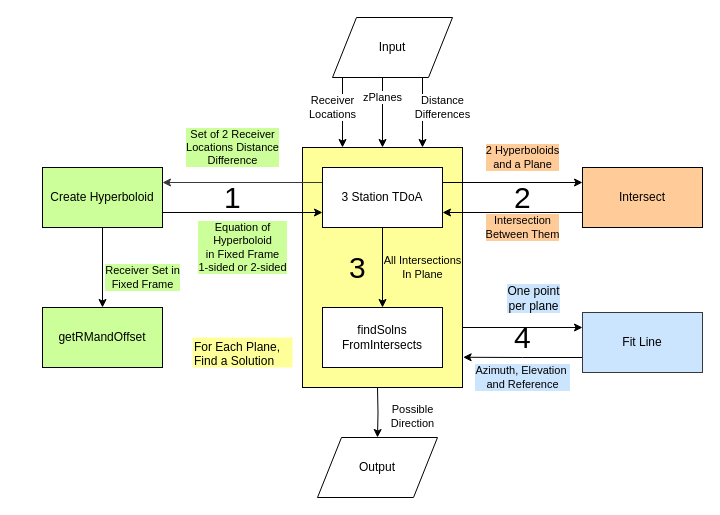
Before: page "TDoA Symbolic" (1 of 3) of TdoaSim/Presentation and Documentation/TDoA Diagram 3 Station.drawio in MSD-LASSO/FeasibilityStudies, a draw.io diagram. Source tidied: cells renumbered, new cells numbered last; positions are measured from the earlier drawing's top-left corner, leaving out a move shared by most shapes. Both pictures are drawn from the tidied source at 100%, with x=0, y=0 at pixel (42, 17).
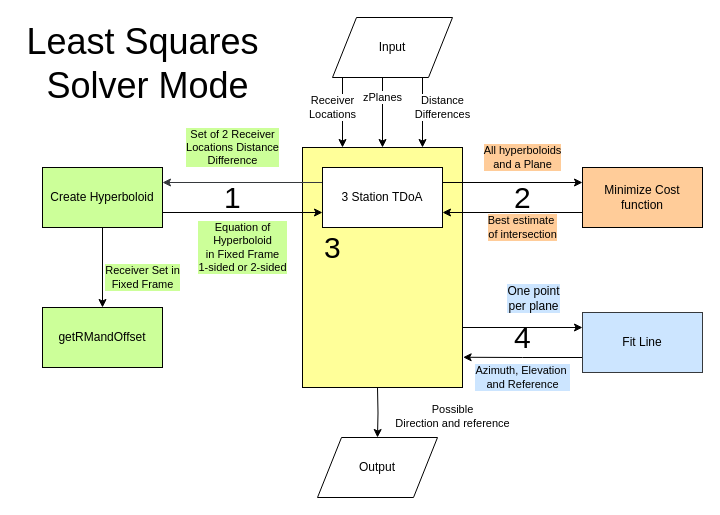
The same page after the edit.

The change refers to these unchanged cells:
```xml
<mxCell id="8" value="3 Station TDoA" style="rounded=0;whiteSpace=wrap;html=1;" parent="1" vertex="1">
  <mxGeometry x="280" y="150" width="120" height="60" as="geometry" />
</mxCell>
<mxCell id="19" value="Output" style="shape=parallelogram;perimeter=parallelogramPerimeter;whiteSpace=wrap;html=1;" parent="1" vertex="1">
  <mxGeometry x="275" y="420" width="120" height="60" as="geometry" />
</mxCell>
```

Diff of the diagram source:
```diff
@@
-    <mxCell id="6" value="2 Hyperboloids &lt;br&gt;and a Plane" style="edgeStyle=orthogonalEdgeStyle;rounded=0;jettySize=auto;html=1;exitX=1;exitY=0.25;exitDx=0;exitDy=0;entryX=0;entryY=0.25;entryDx=0;entryDy=0;labelBackgroundColor=#FFCC99;" parent="1" edge="1" source="8" target="10">
+    <mxCell id="6" value="All hyperboloids&lt;br&gt;and a Plane" style="edgeStyle=orthogonalEdgeStyle;rounded=0;jettySize=auto;html=1;exitX=1;exitY=0.25;exitDx=0;exitDy=0;entryX=0;entryY=0.25;entryDx=0;entryDy=0;labelBackgroundColor=#FFCC99;" parent="1" edge="1" source="8" target="10">
       <mxGeometry x="0.14" y="25" relative="1" as="geometry" />
     </mxCell>
-    <mxCell id="7" value="All Intersections&lt;br&gt;In Plane" style="edgeStyle=orthogonalEdgeStyle;rounded=0;jettySize=auto;html=1;exitX=0.5;exitY=1;exitDx=0;exitDy=0;labelBackgroundColor=none;" parent="1" edge="1" source="8" target="15">
-      <mxGeometry y="40" relative="1" as="geometry" />
-    </mxCell>
@@
-    <mxCell id="9" value="Intersection&lt;br&gt;Between Them" style="edgeStyle=orthogonalEdgeStyle;rounded=0;jettySize=auto;html=1;exitX=0;exitY=0.75;exitDx=0;exitDy=0;entryX=1;entryY=0.75;entryDx=0;entryDy=0;labelBackgroundColor=#FFCC99;" parent="1" edge="1" source="10" target="8">
+    <mxCell id="9" value="Best estimate&amp;nbsp;&lt;br&gt;of intersection" style="edgeStyle=orthogonalEdgeStyle;rounded=0;jettySize=auto;html=1;exitX=0;exitY=0.75;exitDx=0;exitDy=0;entryX=1;entryY=0.75;entryDx=0;entryDy=0;labelBackgroundColor=#FFCC99;" parent="1" edge="1" source="10" target="8">
       <mxGeometry x="-0.14" y="15" relative="1" as="geometry" />
     </mxCell>
-    <mxCell id="10" value="Intersect" style="rounded=0;whiteSpace=wrap;html=1;fillColor=#FFCC99;" parent="1" vertex="1">
+    <mxCell id="10" value="Minimize Cost function" style="rounded=0;whiteSpace=wrap;html=1;fillColor=#FFCC99;" parent="1" vertex="1">
       <mxGeometry x="540" y="150" width="120" height="60" as="geometry" />
     </mxCell>
@@
-    <mxCell id="15" value="findSolns&lt;br&gt;FromIntersects" style="rounded=0;whiteSpace=wrap;html=1;" parent="1" vertex="1">
-      <mxGeometry x="280" y="290" width="120" height="60" as="geometry" />
-    </mxCell>
@@
-    <mxCell id="21" value="Possible&lt;br&gt;Direction" style="edgeStyle=orthogonalEdgeStyle;rounded=0;jettySize=auto;html=1;" parent="1" edge="1" target="19">
-      <mxGeometry x="0.2" y="35" relative="1" as="geometry">
+    <mxCell id="21" value="Possible&lt;br&gt;Direction and reference" style="edgeStyle=orthogonalEdgeStyle;rounded=0;jettySize=auto;html=1;" parent="1" edge="1" target="19">
+      <mxGeometry x="0.2" y="75" relative="1" as="geometry">
         <mxPoint x="335" y="370" as="sourcePoint" />
       </mxGeometry>
     </mxCell>
@@
-    <mxCell id="24" value="For Each Plane, &lt;br&gt;Find a Solution" style="text;html=1;align=left;verticalAlign=top;spacingTop=-4;strokeColor=none;fillColor=#FFFF99;" parent="1" vertex="1">
-      <mxGeometry x="150" y="320" width="100" height="30" as="geometry" />
-    </mxCell>
@@
-    <mxCell id="27" value="3" style="text;html=1;align=left;verticalAlign=top;spacingTop=-4;fontSize=30;" parent="1" vertex="1">
-      <mxGeometry x="305" y="230" width="30" height="40" as="geometry" />
+    <mxCell id="27" value="3&amp;nbsp;" style="text;html=1;align=left;verticalAlign=top;spacingTop=-4;fontSize=30;" parent="1" vertex="1">
+      <mxGeometry x="280" y="210" width="40" height="40" as="geometry" />
     </mxCell>
@@
+    <mxCell id="29" value="Least Squares&lt;br&gt;&amp;nbsp;Solver Mode" style="text;html=1;align=center;verticalAlign=middle;fontSize=36;" parent="1" vertex="1">
+      <mxGeometry x="-25" y="1" width="250" height="90" as="geometry" />
+    </mxCell>
```
